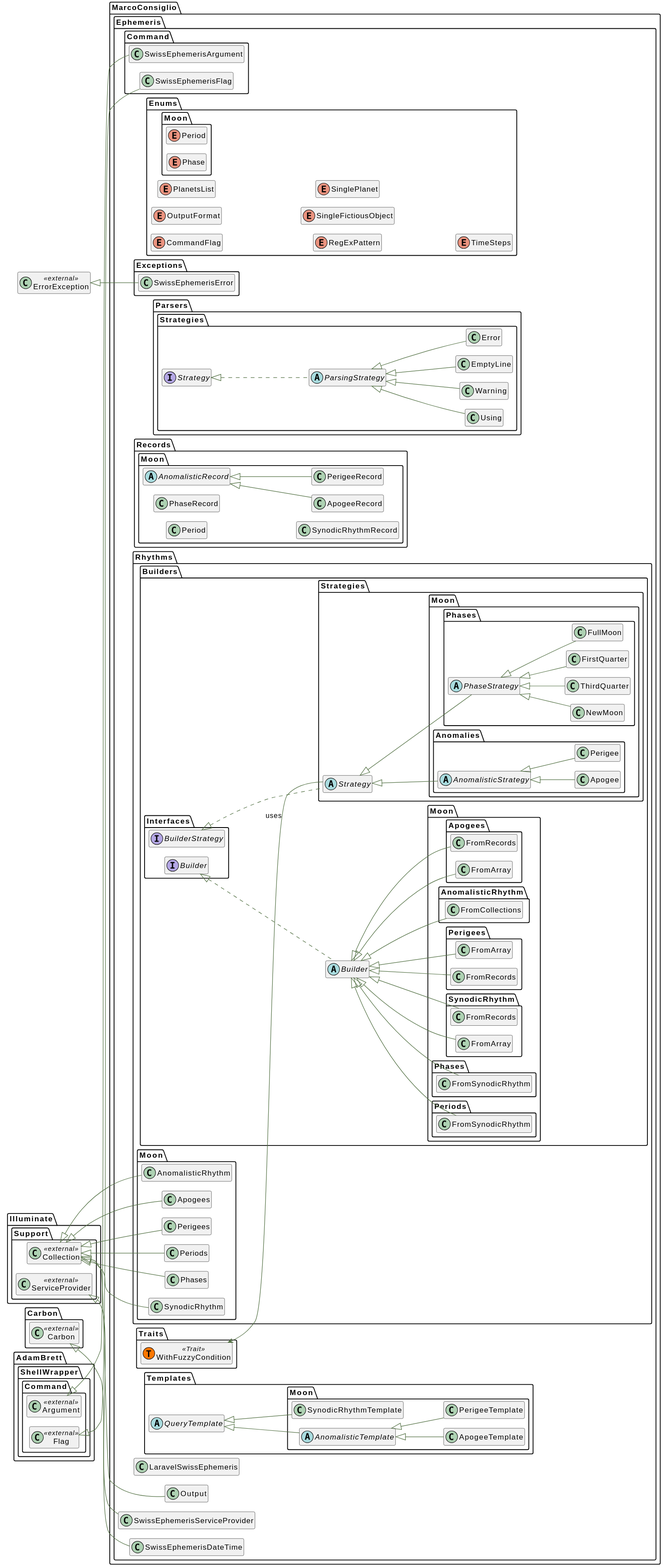
MarcoConsiglio/laravel-swiss-ephemeris keeps this PlantUML diagram as docs/html/graphs/classes.svg. Above is the earlier version.
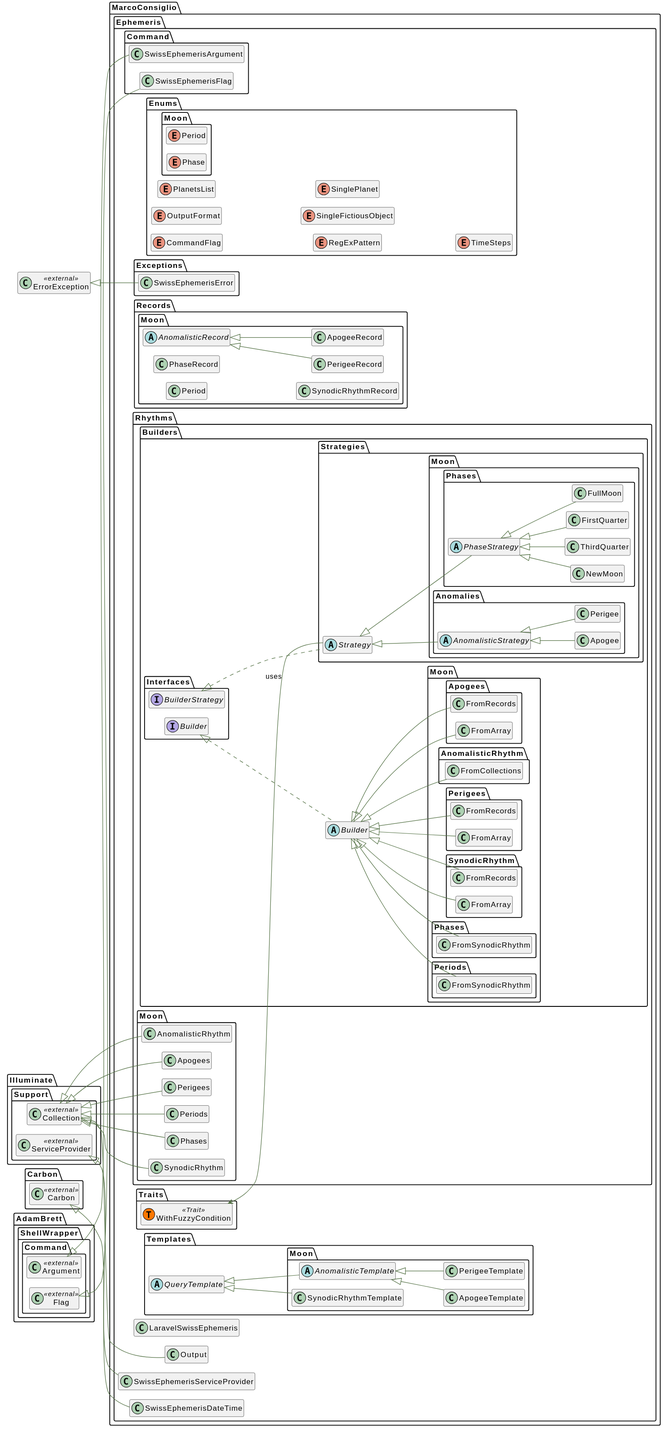
Later version of the same file.

The edit, as a diff of the source:
```diff
@@ -97,30 +97,6 @@
 }
 namespace MarcoConsiglio\\Ephemeris\\Exceptions {
      class "SwissEphemerisError" as SwissEphemerisError__class   extends \\ErrorException__class  {
-    }
-}
-namespace MarcoConsiglio\\Ephemeris\\Parsers\\Strategies {
-    interface "Strategy" as Strategy__interface  {
-    }
-}
-namespace MarcoConsiglio\\Ephemeris\\Parsers\\Strategies {
-    abstract  class "ParsingStrategy" as ParsingStrategy__class    implements \\MarcoConsiglio\\Ephemeris\\Parsers\\Strategies\\Strategy__interface {
-    }
-}
-namespace MarcoConsiglio\\Ephemeris\\Parsers\\Strategies {
-     class "EmptyLine" as EmptyLine__class   extends \\MarcoConsiglio\\Ephemeris\\Parsers\\Strategies\\ParsingStrategy__class  {
-    }
-}
-namespace MarcoConsiglio\\Ephemeris\\Parsers\\Strategies {
-     class "Error" as Error__class   extends \\MarcoConsiglio\\Ephemeris\\Parsers\\Strategies\\ParsingStrategy__class  {
-    }
-}
-namespace MarcoConsiglio\\Ephemeris\\Parsers\\Strategies {
-     class "Using" as Using__class   extends \\MarcoConsiglio\\Ephemeris\\Parsers\\Strategies\\ParsingStrategy__class  {
-    }
-}
-namespace MarcoConsiglio\\Ephemeris\\Parsers\\Strategies {
-     class "Warning" as Warning__class   extends \\MarcoConsiglio\\Ephemeris\\Parsers\\Strategies\\ParsingStrategy__class  {
     }
 }
 namespace MarcoConsiglio\\Ephemeris\\Records\\Moon {
```
